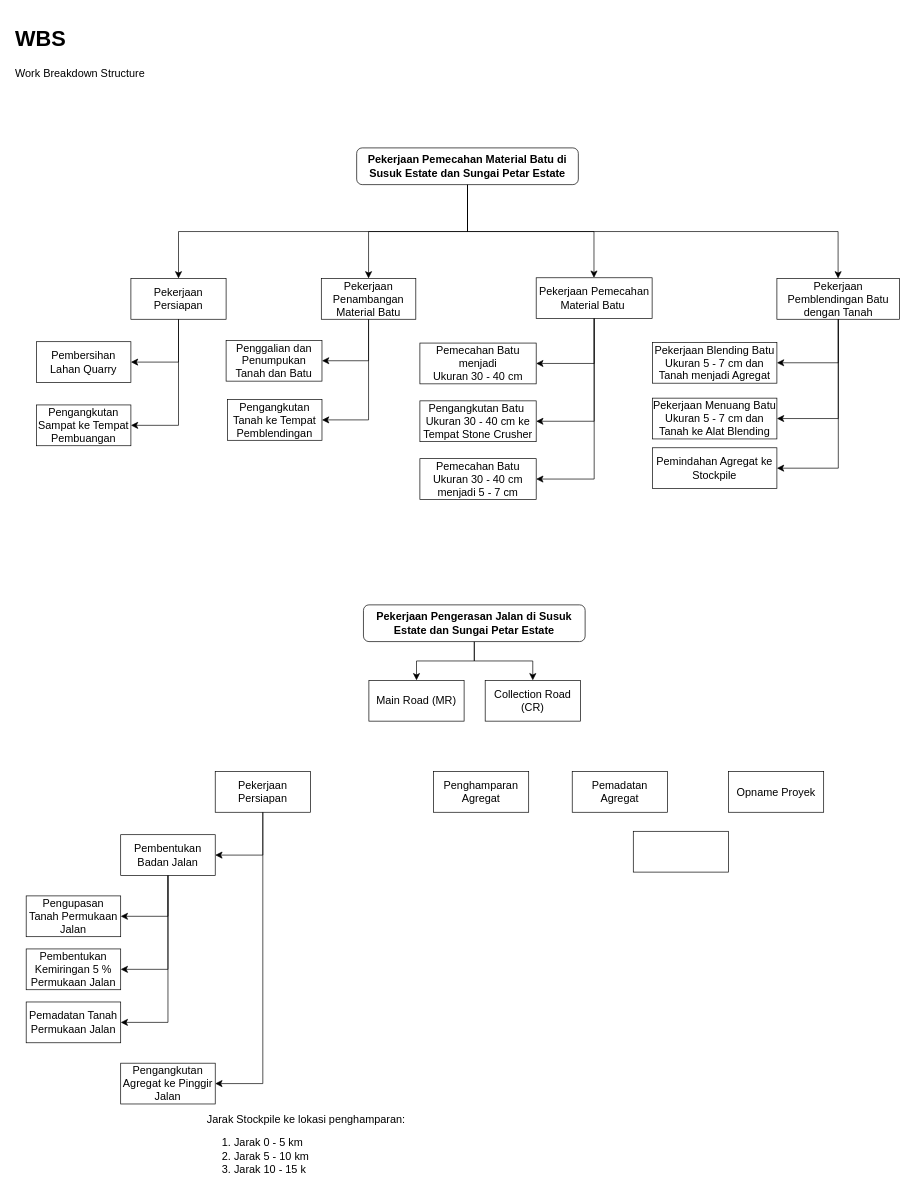
Above: WBS.drawio in rubin429/design-port-and-harbour (draw.io), before the change. Source tidied: cells renumbered, new cells numbered last; positions are measured from the earlier drawing's top-left corner, leaving out a move shared by most shapes. Both pictures are drawn from the tidied source at 68%, with x=0, y=0 at pixel (12, 18).
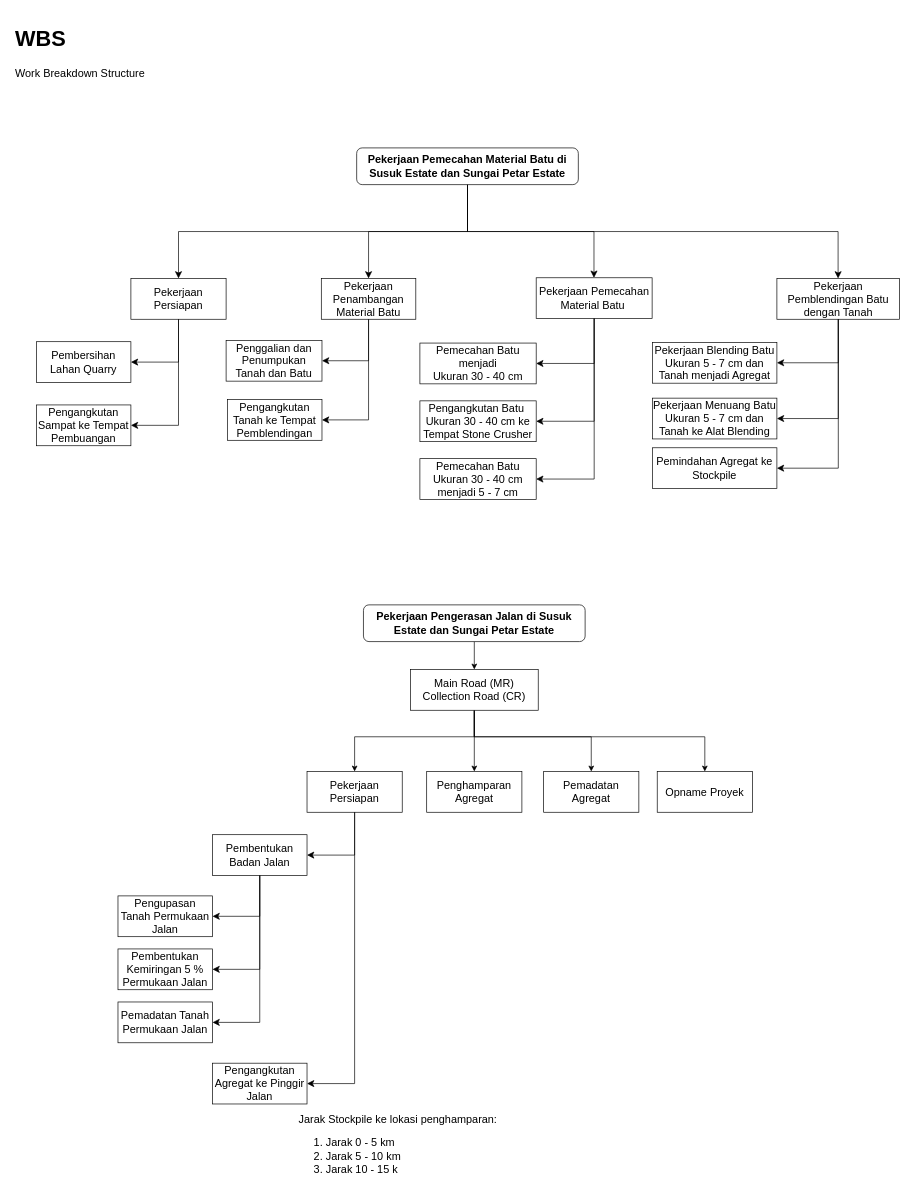
The same page after the edit.

Unchanged cells that the change refers to:
```xml
<mxCell id="38" value="&lt;b&gt;Pekerjaan Pengerasan Jalan di Susuk Estate dan Sungai Petar Estate&lt;br&gt;&lt;/b&gt;" style="rounded=1;whiteSpace=wrap;html=1;fontSize=16;labelBackgroundColor=none;" parent="1" vertex="1">
  <mxGeometry x="517" y="862" width="326" height="54" as="geometry" />
</mxCell>
<mxCell id="40" value="Pekerjaan Persiapan" style="rounded=0;whiteSpace=wrap;html=1;fontSize=16;labelBackgroundColor=none;" parent="39" vertex="1">
  <mxGeometry x="278" width="140" height="60" as="geometry" />
</mxCell>
```

What changed in the source:
```diff
@@
-    <mxCell id="36" style="edgeStyle=orthogonalEdgeStyle;shape=connector;rounded=0;jettySize=auto;html=1;labelBackgroundColor=default;strokeColor=default;align=center;verticalAlign=middle;fontFamily=Helvetica;fontSize=12;fontColor=default;endArrow=classic;startSize=8;endSize=8;entryX=0.5;entryY=0;entryDx=0;entryDy=0;" parent="1" edge="1" source="38" target="53">
-      <mxGeometry relative="1" as="geometry" />
-    </mxCell>
-    <mxCell id="37" style="edgeStyle=orthogonalEdgeStyle;shape=connector;rounded=0;jettySize=auto;html=1;entryX=0.5;entryY=0;entryDx=0;entryDy=0;labelBackgroundColor=default;strokeColor=default;align=center;verticalAlign=middle;fontFamily=Helvetica;fontSize=12;fontColor=default;endArrow=classic;startSize=8;endSize=8;" parent="1" edge="1" source="38" target="54">
-      <mxGeometry relative="1" as="geometry" />
-    </mxCell>
+    <mxCell id="59" style="edgeStyle=orthogonalEdgeStyle;rounded=0;jettySize=auto;html=1;" parent="1" edge="1" source="38" target="64">
+      <mxGeometry relative="1" as="geometry" />
+    </mxCell>
@@
     <mxCell id="39" style="group;" parent="1" vertex="1">
-      <mxGeometry x="21" y="1107" width="608" height="611" as="geometry" />
+      <mxGeometry x="156" y="1107" width="608" height="611" as="geometry" />
     </mxCell>
@@
-    <mxCell id="52" style="group;" parent="1" vertex="1">
-      <mxGeometry x="525" y="973" width="311" height="60" as="geometry" />
-    </mxCell>
-    <mxCell id="53" value="Main Road (MR)" style="rounded=0;whiteSpace=wrap;html=1;fontSize=16;labelBackgroundColor=none;" parent="52" vertex="1">
-      <mxGeometry width="140" height="60" as="geometry" />
-    </mxCell>
-    <mxCell id="54" value="Collection Road (CR)" style="rounded=0;whiteSpace=wrap;html=1;fontSize=16;labelBackgroundColor=none;" parent="52" vertex="1">
-      <mxGeometry x="171" width="140" height="60" as="geometry" />
-    </mxCell>
     <mxCell id="55" value="Penghamparan Agregat" style="rounded=0;whiteSpace=wrap;html=1;fontSize=16;labelBackgroundColor=none;" parent="1" vertex="1">
-      <mxGeometry x="620" y="1107" width="140" height="60" as="geometry" />
+      <mxGeometry x="610" y="1107" width="140" height="60" as="geometry" />
     </mxCell>
     <mxCell id="56" value="Pemadatan Agregat" style="rounded=0;whiteSpace=wrap;html=1;fontSize=16;labelBackgroundColor=none;" parent="1" vertex="1">
-      <mxGeometry x="824" y="1107" width="140" height="60" as="geometry" />
+      <mxGeometry x="782" y="1107" width="140" height="60" as="geometry" />
     </mxCell>
     <mxCell id="57" value="Opname Proyek" style="rounded=0;whiteSpace=wrap;html=1;fontSize=16;labelBackgroundColor=none;" parent="1" vertex="1">
-      <mxGeometry x="1053.8" y="1107" width="140" height="60" as="geometry" />
+      <mxGeometry x="949" y="1107" width="140" height="60" as="geometry" />
     </mxCell>
-    <mxCell id="58" value="&lt;br&gt;" style="rounded=0;whiteSpace=wrap;html=1;fontSize=16;labelBackgroundColor=none;" parent="1" vertex="1">
-      <mxGeometry x="913.8" y="1195" width="140" height="60" as="geometry" />
-    </mxCell>
+    <mxCell id="60" style="edgeStyle=orthogonalEdgeStyle;rounded=0;jettySize=auto;html=1;" parent="1" edge="1" source="64" target="55">
+      <mxGeometry relative="1" as="geometry" />
+    </mxCell>
+    <mxCell id="61" style="edgeStyle=orthogonalEdgeStyle;rounded=0;jettySize=auto;html=1;entryX=0.5;entryY=0;entryDx=0;entryDy=0;" parent="1" edge="1" source="64" target="40">
+      <mxGeometry relative="1" as="geometry">
+        <Array as="points">
+          <mxPoint x="680" y="1056" />
+          <mxPoint x="504" y="1056" />
+        </Array>
+      </mxGeometry>
+    </mxCell>
+    <mxCell id="62" style="edgeStyle=orthogonalEdgeStyle;rounded=0;jettySize=auto;html=1;entryX=0.5;entryY=0;entryDx=0;entryDy=0;" parent="1" edge="1" source="64" target="56">
+      <mxGeometry relative="1" as="geometry">
+        <Array as="points">
+          <mxPoint x="680" y="1056" />
+          <mxPoint x="852" y="1056" />
+        </Array>
+      </mxGeometry>
+    </mxCell>
+    <mxCell id="63" style="edgeStyle=orthogonalEdgeStyle;rounded=0;jettySize=auto;html=1;entryX=0.5;entryY=0;entryDx=0;entryDy=0;" parent="1" edge="1" source="64" target="57">
+      <mxGeometry relative="1" as="geometry">
+        <Array as="points">
+          <mxPoint x="680" y="1056" />
+          <mxPoint x="1019" y="1056" />
+        </Array>
+      </mxGeometry>
+    </mxCell>
+    <mxCell id="64" value="Main Road (MR)&lt;br&gt;Collection Road (CR)" style="rounded=0;whiteSpace=wrap;html=1;fontSize=16;labelBackgroundColor=none;" parent="1" vertex="1">
+      <mxGeometry x="586" y="957" width="188" height="60" as="geometry" />
+    </mxCell>
```
